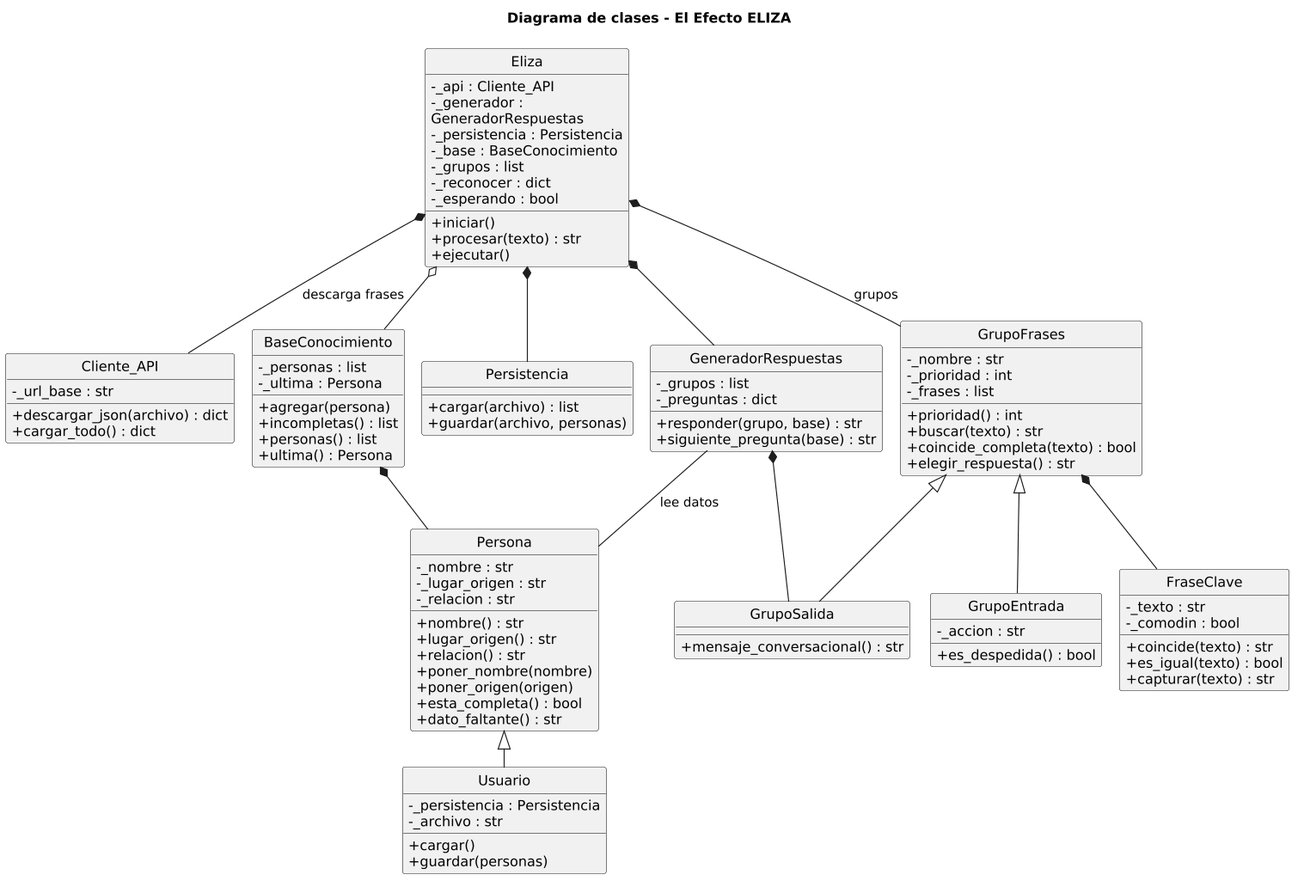
Earlier version of the PlantUML export diagrama_clases.png (Nuvesita/Codigos).
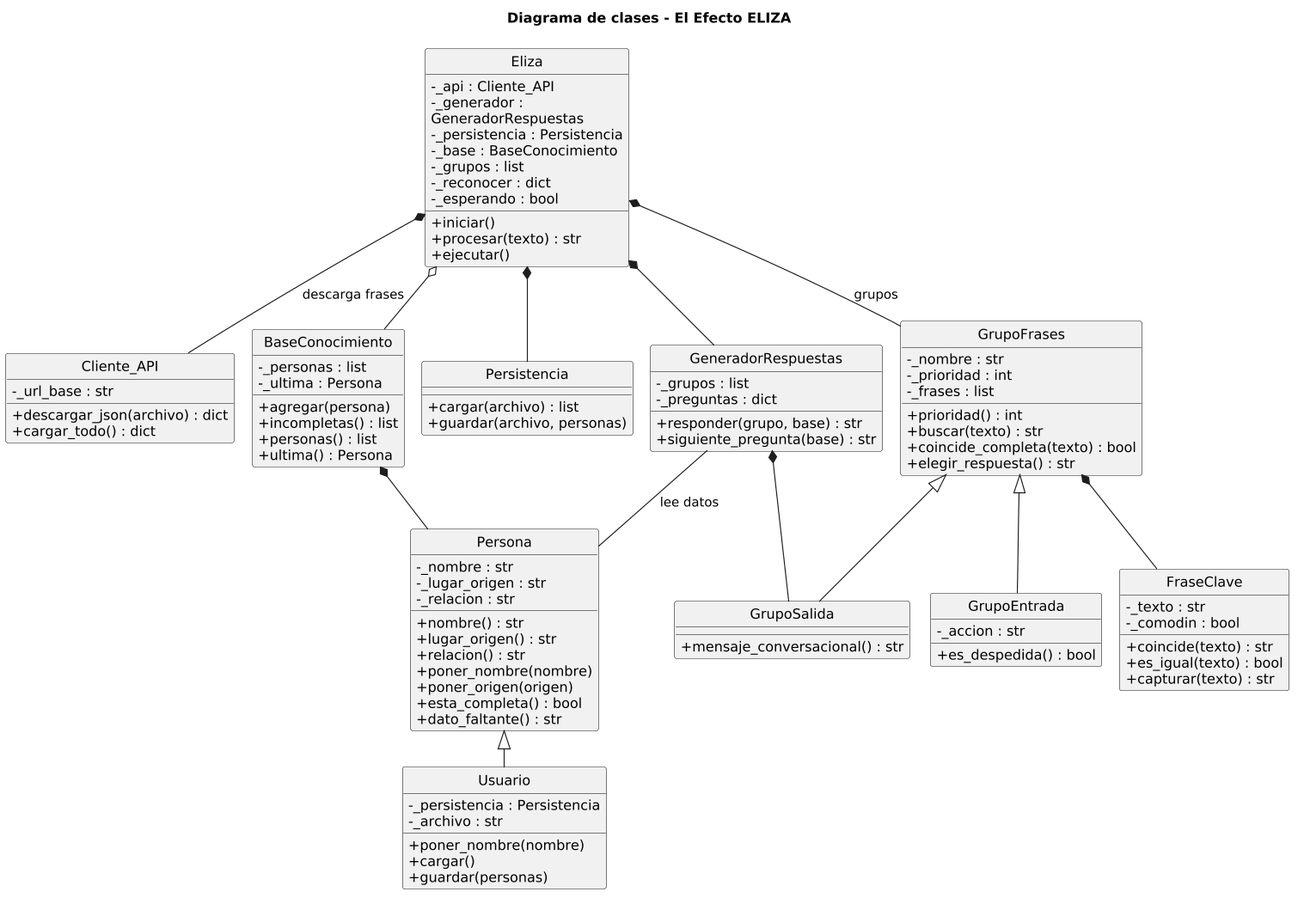
Above is the later version.

Commit message:
Actualizar diagrama: agregar Usuario.poner_nombre

The edit, as a diff of the source:
```diff
@@ -68,6 +68,7 @@
 class Usuario {
   - _persistencia : Persistencia
   - _archivo : str
+  + poner_nombre(nombre)
   + cargar()
   + guardar(personas)
 }
@@ -111,4 +112,5 @@
 
 GeneradorRespuestas -- Persona : lee datos
 
+
 @enduml
```
